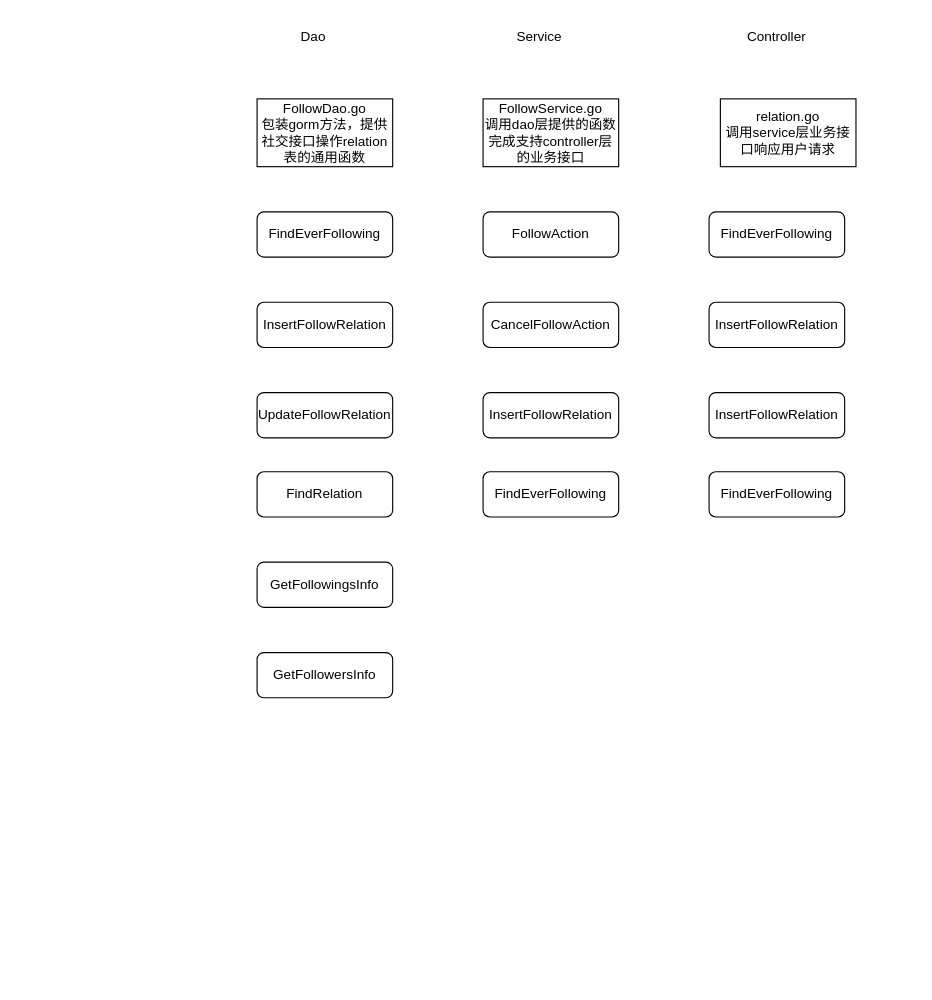
Earlier version of the draw.io diagram diagram-net/x-tiktok后端社交接口架构.drawio (Xuuuuuuuuuuuu/pic-repo). Source tidied: cells renumbered, new cells numbered last; positions are measured from the earlier drawing's top-left corner, leaving out a move shared by most shapes. Both pictures are drawn from the tidied source at 113%, with x=0, y=0 at pixel (257, 19).
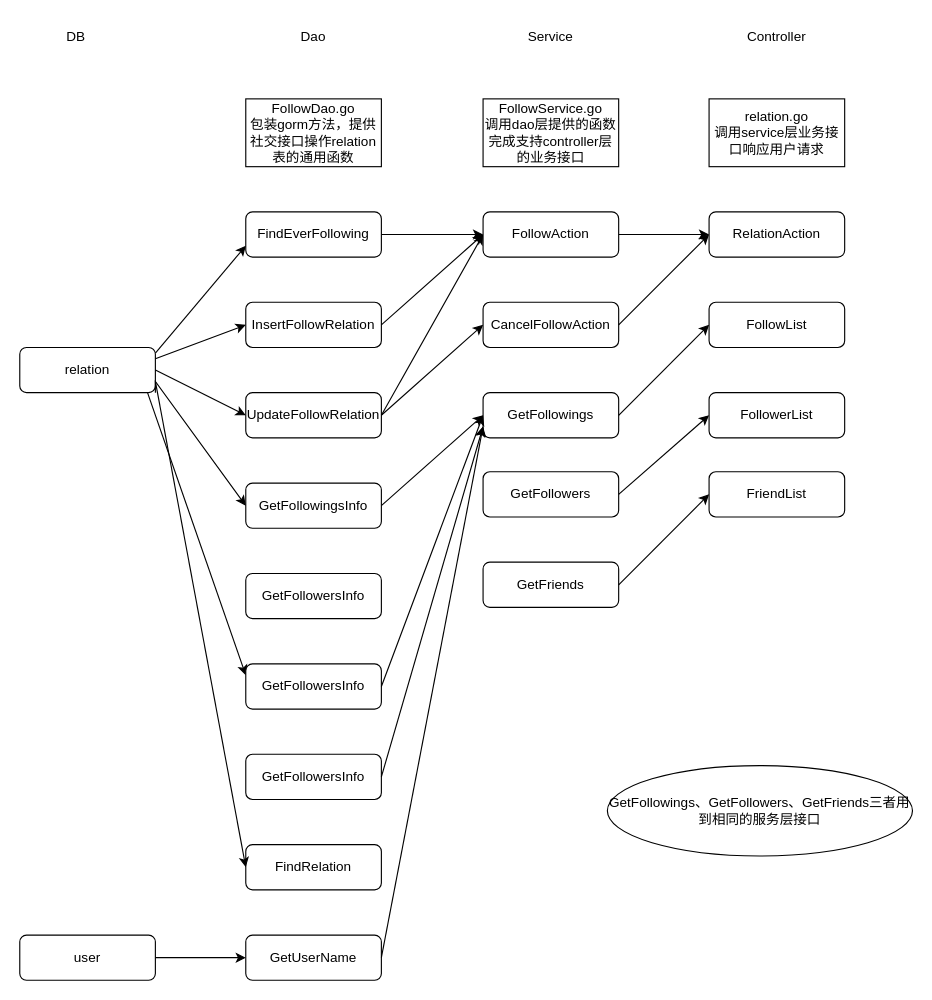
Above is the later version.

Commit message:
更新x-tiktok后端社交接口架构.drawio

Unchanged cells that the change refers to:
```xml
<mxCell id="14" value="FollowAction" style="rounded=1;whiteSpace=wrap;html=1;" parent="1" vertex="1">
  <mxGeometry x="200" y="170" width="120" height="40" as="geometry" />
</mxCell>
<mxCell id="15" value="CancelFollowAction" style="rounded=1;whiteSpace=wrap;html=1;" parent="1" vertex="1">
  <mxGeometry x="200" y="250" width="120" height="40" as="geometry" />
</mxCell>
```

Diff of the diagram source:
```diff
@@
     <mxCell id="3" value="Service" style="text;html=1;strokeColor=none;fillColor=none;align=center;verticalAlign=middle;whiteSpace=wrap;rounded=0;" parent="1" vertex="1">
-      <mxGeometry x="220" width="60" height="30" as="geometry" />
+      <mxGeometry x="230" width="60" height="30" as="geometry" />
     </mxCell>
@@
     <mxCell id="5" value="FollowDao.go&lt;br&gt;包装gorm方法，提供社交接口操作relation表的通用函数" style="rounded=0;whiteSpace=wrap;html=1;" parent="1" vertex="1">
-      <mxGeometry y="70" width="120" height="60" as="geometry" />
+      <mxGeometry x="-10" y="70" width="120" height="60" as="geometry" />
     </mxCell>
@@
     <mxCell id="7" value="relation.go&lt;br&gt;调用service层业务接口响应用户请求" style="rounded=0;whiteSpace=wrap;html=1;" parent="1" vertex="1">
-      <mxGeometry x="410" y="70" width="120" height="60" as="geometry" />
+      <mxGeometry x="400" y="70" width="120" height="60" as="geometry" />
     </mxCell>
+    <mxCell id="22" style="edgeStyle=orthogonalEdgeStyle;rounded=0;jettySize=auto;html=1;exitX=1;exitY=0.5;exitDx=0;exitDy=0;" parent="1" edge="1" source="8" target="14">
+      <mxGeometry relative="1" as="geometry" />
+    </mxCell>
     <mxCell id="8" value="FindEverFollowing" style="rounded=1;whiteSpace=wrap;html=1;" parent="1" vertex="1">
-      <mxGeometry y="170" width="120" height="40" as="geometry" />
+      <mxGeometry x="-10" y="170" width="120" height="40" as="geometry" />
     </mxCell>
     <mxCell id="9" value="InsertFollowRelation" style="rounded=1;whiteSpace=wrap;html=1;" parent="1" vertex="1">
-      <mxGeometry y="250" width="120" height="40" as="geometry" />
+      <mxGeometry x="-10" y="250" width="120" height="40" as="geometry" />
     </mxCell>
     <mxCell id="10" value="UpdateFollowRelation" style="rounded=1;whiteSpace=wrap;html=1;" parent="1" vertex="1">
-      <mxGeometry y="330" width="120" height="40" as="geometry" />
+      <mxGeometry x="-10" y="330" width="120" height="40" as="geometry" />
     </mxCell>
     <mxCell id="11" value="FindRelation" style="rounded=1;whiteSpace=wrap;html=1;" parent="1" vertex="1">
-      <mxGeometry y="400" width="120" height="40" as="geometry" />
+      <mxGeometry x="-10" y="730" width="120" height="40" as="geometry" />
     </mxCell>
     <mxCell id="12" value="GetFollowingsInfo" style="rounded=1;whiteSpace=wrap;html=1;" parent="1" vertex="1">
-      <mxGeometry y="480" width="120" height="40" as="geometry" />
+      <mxGeometry x="-10" y="410" width="120" height="40" as="geometry" />
     </mxCell>
     <mxCell id="13" value="GetFollowersInfo" style="rounded=1;whiteSpace=wrap;html=1;" parent="1" vertex="1">
-      <mxGeometry y="560" width="120" height="40" as="geometry" />
+      <mxGeometry x="-10" y="490" width="120" height="40" as="geometry" />
     </mxCell>
+    <mxCell id="23" style="edgeStyle=orthogonalEdgeStyle;rounded=0;jettySize=auto;html=1;exitX=1;exitY=0.5;exitDx=0;exitDy=0;entryX=0;entryY=0.5;entryDx=0;entryDy=0;" parent="1" edge="1" source="14" target="17">
+      <mxGeometry relative="1" as="geometry" />
+    </mxCell>
@@
-    <mxCell id="16" value="InsertFollowRelation" style="rounded=1;whiteSpace=wrap;html=1;" parent="1" vertex="1">
+    <mxCell id="16" value="GetFollowings" style="rounded=1;whiteSpace=wrap;html=1;" parent="1" vertex="1">
       <mxGeometry x="200" y="330" width="120" height="40" as="geometry" />
     </mxCell>
-    <mxCell id="17" value="FindEverFollowing" style="rounded=1;whiteSpace=wrap;html=1;" parent="1" vertex="1">
+    <mxCell id="17" value="RelationAction" style="rounded=1;whiteSpace=wrap;html=1;" parent="1" vertex="1">
       <mxGeometry x="400" y="170" width="120" height="40" as="geometry" />
     </mxCell>
-    <mxCell id="18" value="InsertFollowRelation" style="rounded=1;whiteSpace=wrap;html=1;" parent="1" vertex="1">
+    <mxCell id="18" value="FollowList" style="rounded=1;whiteSpace=wrap;html=1;" parent="1" vertex="1">
       <mxGeometry x="400" y="250" width="120" height="40" as="geometry" />
     </mxCell>
-    <mxCell id="19" value="InsertFollowRelation" style="rounded=1;whiteSpace=wrap;html=1;" parent="1" vertex="1">
+    <mxCell id="19" value="FollowerList" style="rounded=1;whiteSpace=wrap;html=1;" parent="1" vertex="1">
       <mxGeometry x="400" y="330" width="120" height="40" as="geometry" />
     </mxCell>
-    <mxCell id="20" value="FindEverFollowing" style="rounded=1;whiteSpace=wrap;html=1;" parent="1" vertex="1">
+    <mxCell id="20" value="GetFollowers" style="rounded=1;whiteSpace=wrap;html=1;" parent="1" vertex="1">
       <mxGeometry x="200" y="400" width="120" height="40" as="geometry" />
     </mxCell>
-    <mxCell id="21" value="FindEverFollowing" style="rounded=1;whiteSpace=wrap;html=1;" parent="1" vertex="1">
+    <mxCell id="21" value="FriendList" style="rounded=1;whiteSpace=wrap;html=1;" parent="1" vertex="1">
       <mxGeometry x="400" y="400" width="120" height="40" as="geometry" />
     </mxCell>
+    <mxCell id="24" value="GetFriends" style="rounded=1;whiteSpace=wrap;html=1;" parent="1" vertex="1">
+      <mxGeometry x="200" y="480" width="120" height="40" as="geometry" />
+    </mxCell>
+    <mxCell id="25" value="DB" style="text;html=1;strokeColor=none;fillColor=none;align=center;verticalAlign=middle;whiteSpace=wrap;rounded=0;" parent="1" vertex="1">
+      <mxGeometry x="-190" width="60" height="30" as="geometry" />
+    </mxCell>
+    <mxCell id="26" value="relation" style="rounded=1;whiteSpace=wrap;html=1;" parent="1" vertex="1">
+      <mxGeometry x="-210" y="290" width="120" height="40" as="geometry" />
+    </mxCell>
+    <mxCell id="27" value="user" style="rounded=1;whiteSpace=wrap;html=1;" parent="1" vertex="1">
+      <mxGeometry x="-210" y="810" width="120" height="40" as="geometry" />
+    </mxCell>
+    <mxCell id="28" value="GetUserName" style="rounded=1;whiteSpace=wrap;html=1;" parent="1" vertex="1">
+      <mxGeometry x="-10" y="810" width="120" height="40" as="geometry" />
+    </mxCell>
+    <mxCell id="29" style="endArrow=classic;html=1;rounded=0;entryX=0;entryY=0.75;entryDx=0;entryDy=0;" parent="1" edge="1" target="8">
+      <mxGeometry relative="1" as="geometry">
+        <mxPoint x="-90" y="295" as="sourcePoint" />
+      </mxGeometry>
+    </mxCell>
+    <mxCell id="30" style="endArrow=classic;html=1;rounded=0;entryX=0;entryY=0.5;entryDx=0;entryDy=0;exitX=1;exitY=0.25;exitDx=0;exitDy=0;" parent="1" edge="1" source="26" target="9">
+      <mxGeometry relative="1" as="geometry" />
+    </mxCell>
+    <mxCell id="31" style="endArrow=classic;html=1;rounded=0;entryX=0;entryY=0.5;entryDx=0;entryDy=0;exitX=1;exitY=0.5;exitDx=0;exitDy=0;" parent="1" edge="1" source="26" target="10">
+      <mxGeometry relative="1" as="geometry" />
+    </mxCell>
+    <mxCell id="32" style="endArrow=classic;html=1;rounded=0;entryX=0;entryY=0.5;entryDx=0;entryDy=0;exitX=1;exitY=0.75;exitDx=0;exitDy=0;" parent="1" edge="1" source="26" target="11">
+      <mxGeometry relative="1" as="geometry" />
+    </mxCell>
+    <mxCell id="33" style="endArrow=classic;html=1;rounded=0;entryX=0;entryY=0.5;entryDx=0;entryDy=0;exitX=1;exitY=1;exitDx=0;exitDy=0;" parent="1" edge="1" source="26" target="12">
+      <mxGeometry relative="1" as="geometry">
+        <Array as="points">
+          <mxPoint x="-90" y="320" />
+        </Array>
+      </mxGeometry>
+    </mxCell>
+    <mxCell id="34" style="endArrow=classic;html=1;rounded=0;exitX=0.942;exitY=1;exitDx=0;exitDy=0;exitPerimeter=0;" parent="1" edge="1" source="26">
+      <mxGeometry relative="1" as="geometry">
+        <mxPoint x="-10" y="580" as="targetPoint" />
+      </mxGeometry>
+    </mxCell>
+    <mxCell id="35" style="endArrow=classic;html=1;rounded=0;entryX=0;entryY=0.5;entryDx=0;entryDy=0;exitX=1;exitY=0.5;exitDx=0;exitDy=0;" parent="1" edge="1" source="27" target="28">
+      <mxGeometry relative="1" as="geometry" />
+    </mxCell>
+    <mxCell id="36" style="endArrow=classic;html=1;rounded=0;entryX=0;entryY=0.5;entryDx=0;entryDy=0;" parent="1" edge="1" target="14">
+      <mxGeometry relative="1" as="geometry">
+        <mxPoint x="110" y="270" as="sourcePoint" />
+      </mxGeometry>
+    </mxCell>
+    <mxCell id="37" style="endArrow=classic;html=1;fontFamily=Helvetica;fontSize=11;fontColor=default;align=center;strokeColor=default;" parent="1" edge="1">
+      <mxGeometry relative="1" as="geometry">
+        <mxPoint x="110" y="350" as="sourcePoint" />
+        <mxPoint x="200" y="190" as="targetPoint" />
+      </mxGeometry>
+    </mxCell>
+    <mxCell id="38" style="endArrow=classic;html=1;rounded=0;entryX=0;entryY=0.5;entryDx=0;entryDy=0;" parent="1" edge="1" target="15">
+      <mxGeometry relative="1" as="geometry">
+        <mxPoint x="110" y="350" as="sourcePoint" />
+      </mxGeometry>
+    </mxCell>
+    <mxCell id="39" style="endArrow=classic;html=1;rounded=0;entryX=0;entryY=0.5;entryDx=0;entryDy=0;exitX=1;exitY=0.5;exitDx=0;exitDy=0;" parent="1" edge="1" source="15" target="17">
+      <mxGeometry relative="1" as="geometry" />
+    </mxCell>
+    <mxCell id="40" style="endArrow=classic;html=1;rounded=0;entryX=0;entryY=0.5;entryDx=0;entryDy=0;exitX=1;exitY=0.5;exitDx=0;exitDy=0;" parent="1" edge="1" source="16" target="18">
+      <mxGeometry relative="1" as="geometry" />
+    </mxCell>
+    <mxCell id="41" style="endArrow=classic;html=1;rounded=0;entryX=0;entryY=0.5;entryDx=0;entryDy=0;exitX=1;exitY=0.5;exitDx=0;exitDy=0;" parent="1" edge="1" source="20" target="19">
+      <mxGeometry relative="1" as="geometry" />
+    </mxCell>
+    <mxCell id="42" style="endArrow=classic;html=1;rounded=0;entryX=0;entryY=0.5;entryDx=0;entryDy=0;exitX=1;exitY=0.5;exitDx=0;exitDy=0;" parent="1" edge="1" source="24" target="21">
+      <mxGeometry relative="1" as="geometry" />
+    </mxCell>
+    <mxCell id="43" value="GetFollowersInfo" style="rounded=1;whiteSpace=wrap;html=1;" parent="1" vertex="1">
+      <mxGeometry x="-10" y="570" width="120" height="40" as="geometry" />
+    </mxCell>
+    <mxCell id="44" value="GetFollowersInfo" style="rounded=1;whiteSpace=wrap;html=1;" parent="1" vertex="1">
+      <mxGeometry x="-10" y="650" width="120" height="40" as="geometry" />
+    </mxCell>
+    <mxCell id="45" style="endArrow=classic;html=1;rounded=0;exitX=1;exitY=0.5;exitDx=0;exitDy=0;entryX=0;entryY=0.5;entryDx=0;entryDy=0;" parent="1" edge="1" source="12" target="16">
+      <mxGeometry relative="1" as="geometry" />
+    </mxCell>
+    <mxCell id="46" style="endArrow=classic;html=1;rounded=0;entryX=0;entryY=0.5;entryDx=0;entryDy=0;exitX=1;exitY=0.5;exitDx=0;exitDy=0;" parent="1" edge="1" source="43" target="16">
+      <mxGeometry relative="1" as="geometry" />
+    </mxCell>
+    <mxCell id="47" style="endArrow=classic;html=1;rounded=0;entryX=0;entryY=0.75;entryDx=0;entryDy=0;" parent="1" edge="1" target="16">
+      <mxGeometry relative="1" as="geometry">
+        <mxPoint x="110" y="670" as="sourcePoint" />
+      </mxGeometry>
+    </mxCell>
+    <mxCell id="48" style="endArrow=classic;html=1;rounded=0;exitX=1;exitY=0.5;exitDx=0;exitDy=0;entryX=0;entryY=0.75;entryDx=0;entryDy=0;" parent="1" edge="1" source="28" target="16">
+      <mxGeometry relative="1" as="geometry" />
+    </mxCell>
+    <mxCell id="49" value="GetFollowings、GetFollowers、GetFriends三者用到相同的服务层接口" style="ellipse;whiteSpace=wrap;html=1;" parent="1" vertex="1">
+      <mxGeometry x="310" y="660" width="270" height="80" as="geometry" />
+    </mxCell>
```
